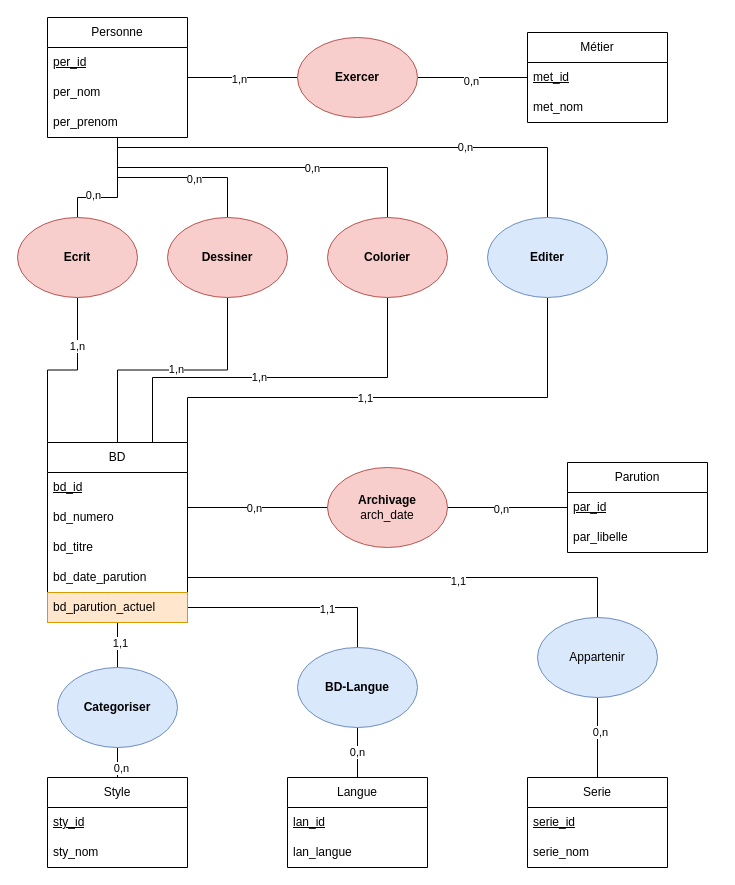
The draw.io diagram MCD_Collectionneur_BD.drawio in Mzk-Ali/EXO_M2I_MERISE, before the edit. Source tidied: cells renumbered, new cells numbered last; positions are measured from the earlier drawing's top-left corner, leaving out a move shared by most shapes. Both pictures are drawn from the tidied source at 100%, with x=0, y=0 at pixel (17, 17).
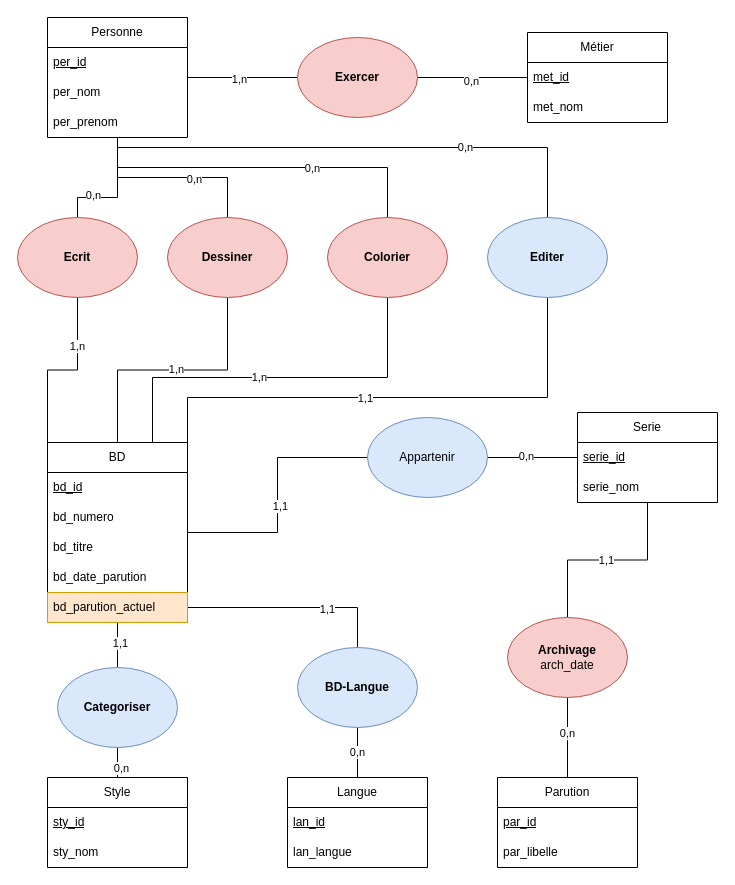
After the change.

Commit message (it also covers changes not shown here):
Mettre à jour MCD_Collectionneur_BD.drawio

The change refers to these unchanged cells:
```xml
<mxCell id="22" value="BD" style="swimlane;fontStyle=0;horizontal=1;startSize=30;whiteSpace=wrap;html=1;" parent="1" vertex="1">
  <mxGeometry x="30" y="425" width="140" height="180" as="geometry" />
</mxCell>
<mxCell id="26" value="bd_date_parution" style="text;strokeColor=none;fillColor=none;align=left;verticalAlign=middle;spacingLeft=4;spacingRight=4;overflow=hidden;points=[[0,0.5],[1,0.5]];portConstraint=eastwest;whiteSpace=wrap;html=1;" parent="22" vertex="1">
  <mxGeometry y="120" width="140" height="30" as="geometry" />
</mxCell>
```

The edit, as a diff of the source:
```diff
@@
-    <mxCell id="20" style="edgeStyle=orthogonalEdgeStyle;rounded=0;jettySize=auto;html=1;entryX=0;entryY=0.5;entryDx=0;entryDy=0;endArrow=none;startFill=0;" parent="1" edge="1" source="22" target="63">
-      <mxGeometry relative="1" as="geometry">
-        <Array as="points">
-          <mxPoint x="240" y="490" />
-          <mxPoint x="240" y="490" />
-        </Array>
-      </mxGeometry>
-    </mxCell>
-    <mxCell id="21" value="0,n" style="edgeLabel;html=1;align=center;verticalAlign=middle;" parent="20" vertex="1">
-      <mxGeometry x="-0.06" relative="1" as="geometry" />
-    </mxCell>
+    <mxCell id="72" style="edgeStyle=orthogonalEdgeStyle;rounded=0;jettySize=auto;html=1;entryX=0;entryY=0.5;entryDx=0;entryDy=0;endArrow=none;startFill=0;" parent="1" edge="1" source="22" target="71">
+      <mxGeometry relative="1" as="geometry" />
+    </mxCell>
+    <mxCell id="73" value="1,1" style="edgeLabel;html=1;align=center;verticalAlign=middle;" parent="72" vertex="1">
+      <mxGeometry x="-0.08" y="-2" relative="1" as="geometry" />
+    </mxCell>
@@
-    <mxCell id="28" style="edgeStyle=orthogonalEdgeStyle;rounded=0;jettySize=auto;html=1;entryX=1;entryY=0.5;entryDx=0;entryDy=0;endArrow=none;startFill=0;" parent="1" edge="1" source="30" target="63">
+    <mxCell id="28" style="edgeStyle=orthogonalEdgeStyle;rounded=0;jettySize=auto;html=1;entryX=0.5;entryY=1;entryDx=0;entryDy=0;endArrow=none;startFill=0;" parent="1" edge="1" source="30" target="63">
       <mxGeometry relative="1" as="geometry" />
     </mxCell>
@@
     <mxCell id="30" value="Parution" style="swimlane;fontStyle=0;horizontal=1;startSize=30;whiteSpace=wrap;html=1;" parent="1" vertex="1">
-      <mxGeometry x="550" y="445" width="140" height="90" as="geometry" />
+      <mxGeometry x="480" y="760" width="140" height="90" as="geometry" />
     </mxCell>
@@
-    <mxCell id="63" value="&lt;b&gt;Archivage&lt;/b&gt;&lt;div&gt;arch_date&lt;/div&gt;" style="ellipse;whiteSpace=wrap;html=1;fillColor=#f8cecc;strokeColor=#b85450;" parent="1" vertex="1">
-      <mxGeometry x="310" y="450" width="120" height="80" as="geometry" />
-    </mxCell>
-    <mxCell id="64" style="edgeStyle=orthogonalEdgeStyle;rounded=0;jettySize=auto;html=1;entryX=0.5;entryY=1;entryDx=0;entryDy=0;endArrow=none;startFill=0;" parent="1" edge="1" source="66" target="71">
+    <mxCell id="64" style="edgeStyle=orthogonalEdgeStyle;rounded=0;jettySize=auto;html=1;entryX=1;entryY=0.5;entryDx=0;entryDy=0;endArrow=none;startFill=0;" parent="1" edge="1" source="66" target="71">
       <mxGeometry relative="1" as="geometry" />
     </mxCell>
@@
+    <mxCell id="74" style="edgeStyle=orthogonalEdgeStyle;rounded=0;jettySize=auto;html=1;entryX=0.5;entryY=0;entryDx=0;entryDy=0;endArrow=none;startFill=0;" parent="1" edge="1" source="66" target="63">
+      <mxGeometry relative="1" as="geometry" />
+    </mxCell>
+    <mxCell id="75" value="1,1" style="edgeLabel;html=1;align=center;verticalAlign=middle;" parent="74" vertex="1">
+      <mxGeometry x="0.02" relative="1" as="geometry" />
+    </mxCell>
     <mxCell id="66" value="Serie" style="swimlane;fontStyle=0;horizontal=1;startSize=30;whiteSpace=wrap;html=1;" parent="1" vertex="1">
-      <mxGeometry x="510" y="760" width="140" height="90" as="geometry" />
+      <mxGeometry x="560" y="395" width="140" height="90" as="geometry" />
     </mxCell>
@@
-    <mxCell id="69" style="edgeStyle=orthogonalEdgeStyle;rounded=0;jettySize=auto;html=1;entryX=1;entryY=0.5;entryDx=0;entryDy=0;endArrow=none;startFill=0;" parent="1" edge="1" source="71" target="26">
-      <mxGeometry relative="1" as="geometry" />
-    </mxCell>
-    <mxCell id="70" value="1,1" style="edgeLabel;html=1;align=center;verticalAlign=middle;" parent="69" vertex="1">
-      <mxGeometry x="-0.2" y="3" relative="1" as="geometry" />
-    </mxCell>
     <mxCell id="71" value="Appartenir" style="ellipse;whiteSpace=wrap;html=1;fillColor=#dae8fc;strokeColor=#6c8ebf;" parent="1" vertex="1">
-      <mxGeometry x="520" y="600" width="120" height="80" as="geometry" />
+      <mxGeometry x="350" y="400" width="120" height="80" as="geometry" />
     </mxCell>
+    <mxCell id="63" value="&lt;b&gt;Archivage&lt;/b&gt;&lt;div&gt;arch_date&lt;/div&gt;" style="ellipse;whiteSpace=wrap;html=1;fillColor=#f8cecc;strokeColor=#b85450;" parent="1" vertex="1">
+      <mxGeometry x="490" y="600" width="120" height="80" as="geometry" />
+    </mxCell>
```
